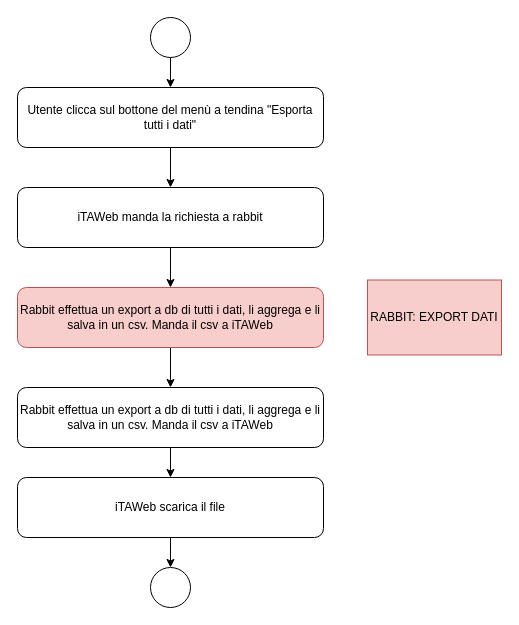
Before: page "Export dati excel" (2 of 3) of Flussi.drawio in gfiorellaTA/iTAWeb, a draw.io diagram. Source tidied: cells renumbered, new cells numbered last; positions are measured from the earlier drawing's top-left corner, leaving out a move shared by most shapes. Both pictures are drawn from the tidied source at 100%, with x=0, y=0 at pixel (17, 17).
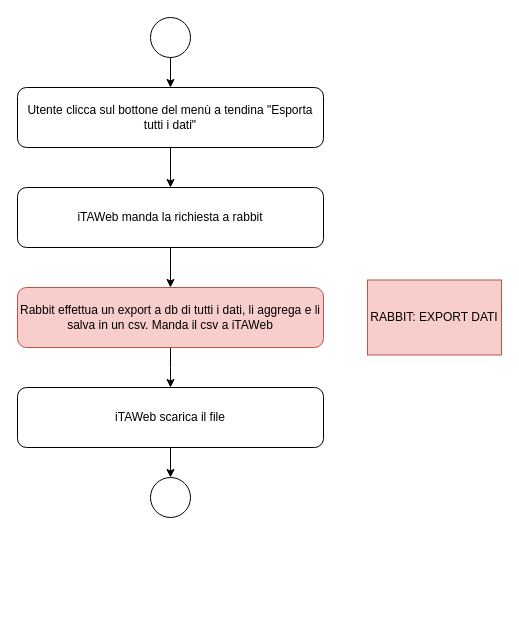
The same diagram, later.

What changed in the source:
```diff
@@
 <mxGraphModel>
   <root>
     <mxCell id="0" />
     <mxCell id="1" parent="0" />
     <mxCell id="2" style="edgeStyle=orthogonalEdgeStyle;rounded=0;jettySize=auto;html=1;exitX=0.5;exitY=1;exitDx=0;exitDy=0;entryX=0.5;entryY=0;entryDx=0;entryDy=0;" parent="1" edge="1" source="3" target="7">
       <mxGeometry relative="1" as="geometry" />
     </mxCell>
     <mxCell id="3" value="Utente clicca sul bottone del menù a tendina &quot;Esporta tutti i dati&quot;" style="rounded=1;whiteSpace=wrap;html=1;" parent="1" vertex="1">
       <mxGeometry y="70" width="306" height="60" as="geometry" />
     </mxCell>
     <mxCell id="4" style="edgeStyle=orthogonalEdgeStyle;rounded=0;jettySize=auto;html=1;" parent="1" edge="1" source="5" target="3">
       <mxGeometry relative="1" as="geometry" />
     </mxCell>
     <mxCell id="5" style="ellipse;whiteSpace=wrap;html=1;" parent="1" vertex="1">
       <mxGeometry x="133" width="40" height="40" as="geometry" />
     </mxCell>
     <mxCell id="6" style="edgeStyle=orthogonalEdgeStyle;rounded=0;jettySize=auto;html=1;" parent="1" edge="1" source="7" target="9">
       <mxGeometry relative="1" as="geometry" />
     </mxCell>
     <mxCell id="7" value="iTAWeb manda la richiesta a rabbit" style="rounded=1;whiteSpace=wrap;html=1;" parent="1" vertex="1">
       <mxGeometry y="170" width="306" height="60" as="geometry" />
     </mxCell>
-    <mxCell id="8" style="edgeStyle=orthogonalEdgeStyle;rounded=0;jettySize=auto;html=1;" parent="1" edge="1" source="9" target="11">
-      <mxGeometry relative="1" as="geometry" />
+    <mxCell id="8" style="edgeStyle=orthogonalEdgeStyle;rounded=0;jettySize=auto;html=1;" parent="1" edge="1" source="9">
+      <mxGeometry relative="1" as="geometry">
+        <mxPoint x="153" y="370" as="targetPoint" />
+      </mxGeometry>
     </mxCell>
     <mxCell id="9" value="Rabbit effettua un export a db di tutti i dati, li aggrega e li salva in un csv. Manda il csv a iTAWeb" style="rounded=1;whiteSpace=wrap;html=1;fillColor=#f8cecc;strokeColor=#b85450;" parent="1" vertex="1">
       <mxGeometry y="270" width="306" height="60" as="geometry" />
     </mxCell>
-    <mxCell id="10" style="edgeStyle=orthogonalEdgeStyle;rounded=0;jettySize=auto;html=1;" parent="1" edge="1" source="11" target="13">
-      <mxGeometry relative="1" as="geometry" />
-    </mxCell>
-    <mxCell id="11" value="Rabbit effettua un export a db di tutti i dati, li aggrega e li salva in un csv. Manda il csv a iTAWeb" style="rounded=1;whiteSpace=wrap;html=1;" parent="1" vertex="1">
-      <mxGeometry y="370" width="306" height="60" as="geometry" />
-    </mxCell>
     <mxCell id="12" style="edgeStyle=orthogonalEdgeStyle;rounded=0;jettySize=auto;html=1;" parent="1" edge="1" source="13" target="14">
       <mxGeometry relative="1" as="geometry" />
     </mxCell>
     <mxCell id="13" value="iTAWeb scarica il file" style="rounded=1;whiteSpace=wrap;html=1;" parent="1" vertex="1">
-      <mxGeometry y="460" width="306" height="60" as="geometry" />
+      <mxGeometry y="370" width="306" height="60" as="geometry" />
     </mxCell>
     <mxCell id="14" style="ellipse;whiteSpace=wrap;html=1;" parent="1" vertex="1">
-      <mxGeometry x="133" y="550" width="40" height="40" as="geometry" />
+      <mxGeometry x="133" y="460" width="40" height="40" as="geometry" />
     </mxCell>
     <mxCell id="15" value="RABBIT: EXPORT DATI" style="text;html=1;align=center;verticalAlign=middle;whiteSpace=wrap;rounded=0;fillColor=#f8cecc;strokeColor=#b85450;" parent="1" vertex="1">
       <mxGeometry x="350" y="262.5" width="134" height="75" as="geometry" />
     </mxCell>
   </root>
 </mxGraphModel>
```
